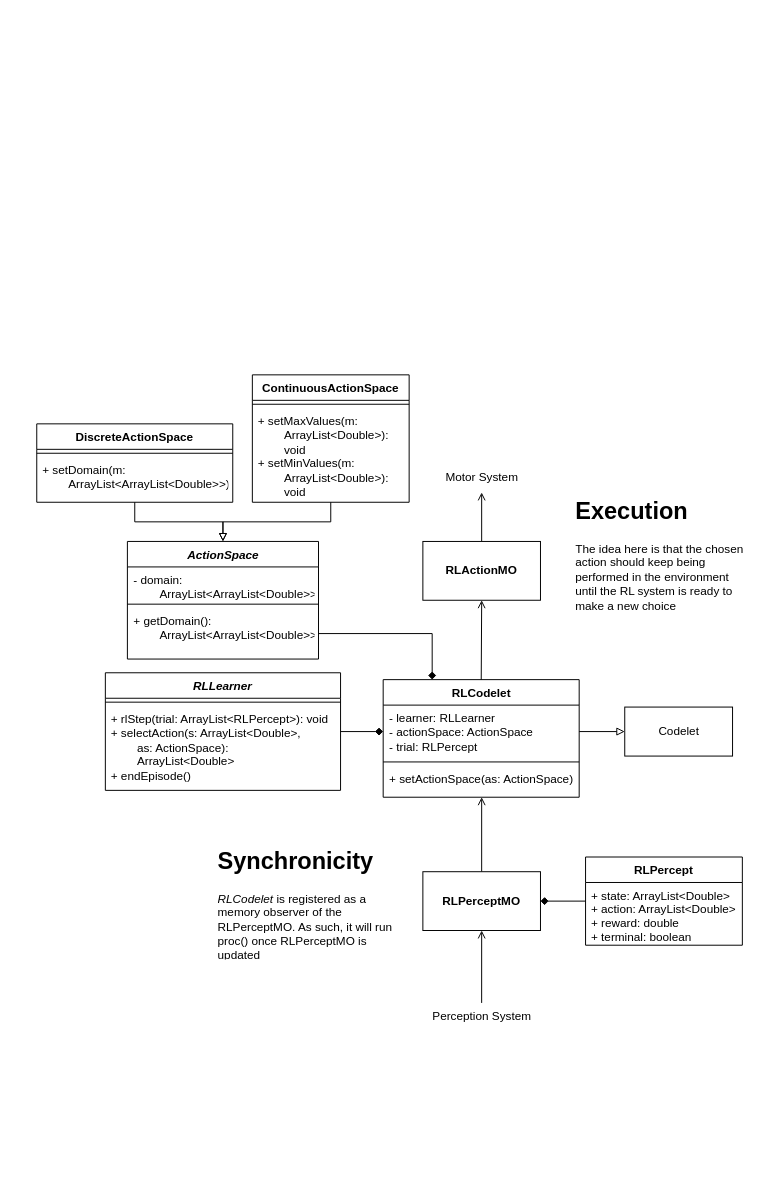
H-IAAC/CST-RL keeps this draw.io diagram as Architecture/CST-RL.drawio. Above is the earlier version. Source tidied: cells renumbered, new cells numbered last; positions are measured from the earlier drawing's top-left corner, leaving out a move shared by most shapes. Both pictures are drawn from the tidied source at 98%, with x=0, y=0 at pixel (36, 374).
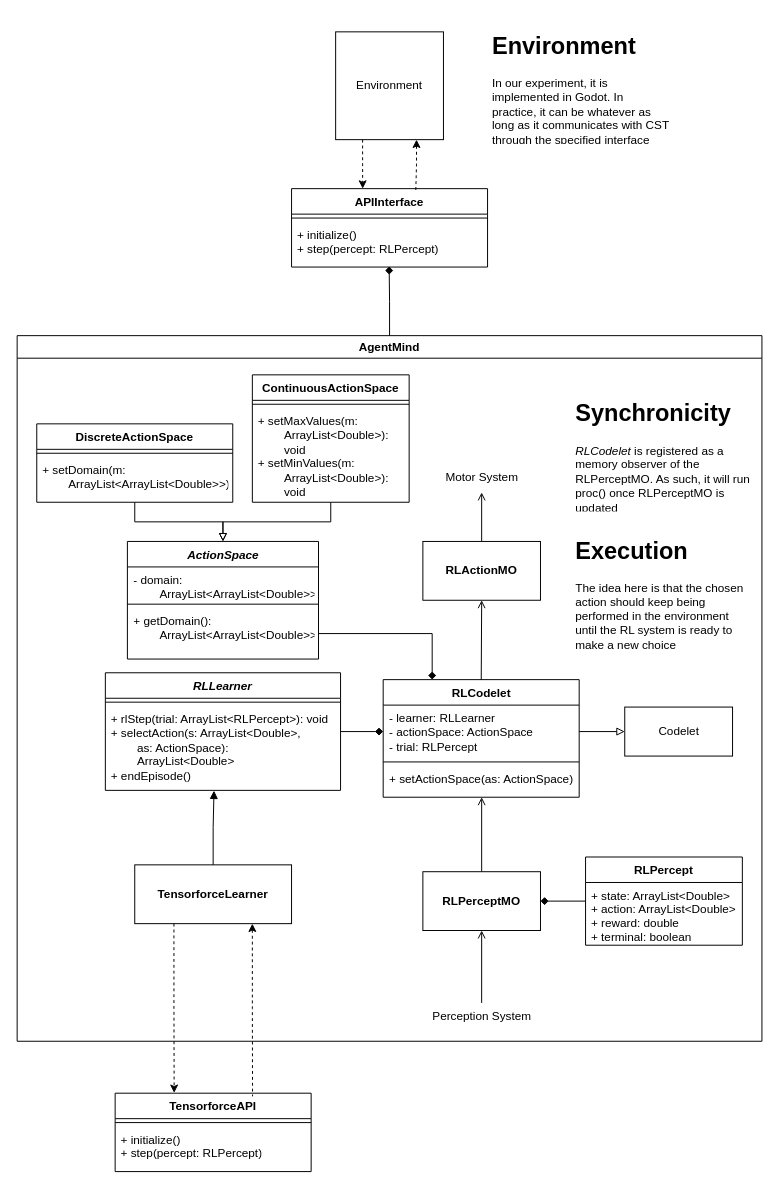
The same diagram, later.

The change refers to these unchanged cells:
```xml
<mxCell id="20" value="+ rlStep(trial: ArrayList&amp;lt;RLPercept&amp;gt;): void&lt;br&gt;+ selectAction(s: ArrayList&amp;lt;Double&amp;gt;, &lt;br&gt;&lt;span style=&quot;white-space: pre;&quot;&gt;&#9;&lt;/span&gt;as: ActionSpace): &lt;span style=&quot;white-space: pre;&quot;&gt;&#9;&lt;/span&gt;ArrayList&amp;lt;Double&amp;gt;&lt;br&gt;+ endEpisode()" style="text;strokeColor=none;fillColor=none;align=left;verticalAlign=top;spacingLeft=4;spacingRight=4;overflow=hidden;points=[[0,0.5],[1,0.5]];portConstraint=eastwest;whiteSpace=wrap;html=1;" parent="18" vertex="1">
  <mxGeometry y="34" width="240" height="86" as="geometry" />
</mxCell>
```

What changed in the source:
```diff
@@
-    <mxCell id="13" value="&lt;h1&gt;Synchronicity&lt;/h1&gt;&lt;div&gt;&lt;i&gt;RLCodelet &lt;/i&gt;is registered as a memory observer of the RLPerceptMO. As such, it will run proc() once RLPerceptMO is updated&lt;/div&gt;" style="text;html=1;strokeColor=none;fillColor=none;spacing=5;spacingTop=-20;whiteSpace=wrap;overflow=hidden;rounded=0;" parent="1" vertex="1">
-      <mxGeometry x="180" y="477" width="190" height="120" as="geometry" />
-    </mxCell>
-    <mxCell id="14" value="&lt;h1&gt;Execution&lt;br&gt;&lt;/h1&gt;&lt;p&gt;The idea here is that the chosen action should keep being performed in the environment until the RL system is ready to make a new choice&lt;br&gt;&lt;/p&gt;" style="text;html=1;strokeColor=none;fillColor=none;spacing=5;spacingTop=-20;whiteSpace=wrap;overflow=hidden;rounded=0;" parent="1" vertex="1">
-      <mxGeometry x="545" y="120" width="190" height="130" as="geometry" />
-    </mxCell>
@@
+    <mxCell id="38" value="AgentMind" style="swimlane;whiteSpace=wrap;html=1;" parent="1" vertex="1">
+      <mxGeometry x="-20" y="-40" width="760" height="720" as="geometry" />
+    </mxCell>
+    <mxCell id="13" value="&lt;h1&gt;Synchronicity&lt;/h1&gt;&lt;div&gt;&lt;i&gt;RLCodelet &lt;/i&gt;is registered as a memory observer of the RLPerceptMO. As such, it will run proc() once RLPerceptMO is updated&lt;/div&gt;" style="text;html=1;strokeColor=none;fillColor=none;spacing=5;spacingTop=-20;whiteSpace=wrap;overflow=hidden;rounded=0;" parent="38" vertex="1">
+      <mxGeometry x="565" y="60" width="190" height="120" as="geometry" />
+    </mxCell>
+    <mxCell id="14" value="&lt;h1&gt;Execution&lt;br&gt;&lt;/h1&gt;&lt;p&gt;The idea here is that the chosen action should keep being performed in the environment until the RL system is ready to make a new choice&lt;br&gt;&lt;/p&gt;" style="text;html=1;strokeColor=none;fillColor=none;spacing=5;spacingTop=-20;whiteSpace=wrap;overflow=hidden;rounded=0;" parent="38" vertex="1">
+      <mxGeometry x="565" y="200" width="190" height="130" as="geometry" />
+    </mxCell>
+    <mxCell id="39" value="&lt;b&gt;TensorforceLearner&lt;br&gt;&lt;/b&gt;" style="rounded=0;whiteSpace=wrap;html=1;" parent="38" vertex="1">
+      <mxGeometry x="120" y="540" width="160" height="60" as="geometry" />
+    </mxCell>
+    <mxCell id="40" value="TensorforceAPI" style="swimlane;fontStyle=1;align=center;verticalAlign=top;horizontal=1;startSize=26;whiteSpace=wrap;html=1;" parent="38" vertex="1">
+      <mxGeometry x="100" y="773" width="200" height="80" as="geometry" />
+    </mxCell>
+    <mxCell id="41" style="line;strokeWidth=1;fillColor=none;align=left;verticalAlign=middle;spacingTop=-1;spacingLeft=3;spacingRight=3;labelPosition=right;strokeColor=inherit;" parent="40" vertex="1">
+      <mxGeometry y="26" width="200" height="8" as="geometry" />
+    </mxCell>
+    <mxCell id="42" value="+ initialize()&lt;br&gt;+ step(percept: RLPercept)" style="text;strokeColor=none;fillColor=none;align=left;verticalAlign=top;spacingLeft=4;spacingRight=4;overflow=hidden;whiteSpace=wrap;html=1;" parent="40" vertex="1">
+      <mxGeometry y="34" width="200" height="46" as="geometry" />
+    </mxCell>
+    <mxCell id="43" style="edgeStyle=orthogonalEdgeStyle;rounded=0;jettySize=auto;html=1;exitX=0.25;exitY=1;exitDx=0;exitDy=0;entryX=0.301;entryY=-0.004;entryDx=0;entryDy=0;entryPerimeter=0;dashed=1;" parent="38" edge="1" source="39" target="40">
+      <mxGeometry relative="1" as="geometry" />
+    </mxCell>
+    <mxCell id="44" style="edgeStyle=orthogonalEdgeStyle;rounded=0;jettySize=auto;html=1;exitX=0.75;exitY=1;exitDx=0;exitDy=0;entryX=0.701;entryY=0.04;entryDx=0;entryDy=0;entryPerimeter=0;endArrow=none;endFill=0;startArrow=classic;startFill=1;dashed=1;" parent="38" edge="1" source="39" target="40">
+      <mxGeometry relative="1" as="geometry" />
+    </mxCell>
+    <mxCell id="45" value="APIInterface&lt;br&gt;" style="swimlane;fontStyle=1;align=center;verticalAlign=top;horizontal=1;startSize=26;whiteSpace=wrap;html=1;" parent="1" vertex="1">
+      <mxGeometry x="260" y="-190" width="200" height="80" as="geometry" />
+    </mxCell>
+    <mxCell id="46" style="line;strokeWidth=1;fillColor=none;align=left;verticalAlign=middle;spacingTop=-1;spacingLeft=3;spacingRight=3;labelPosition=right;strokeColor=inherit;" parent="45" vertex="1">
+      <mxGeometry y="26" width="200" height="8" as="geometry" />
+    </mxCell>
+    <mxCell id="47" value="+ initialize()&lt;br&gt;+ step(percept: RLPercept)" style="text;strokeColor=none;fillColor=none;align=left;verticalAlign=top;spacingLeft=4;spacingRight=4;overflow=hidden;points=[[0,0.5],[1,0.5]];portConstraint=eastwest;whiteSpace=wrap;html=1;" parent="45" vertex="1">
+      <mxGeometry y="34" width="200" height="46" as="geometry" />
+    </mxCell>
+    <mxCell id="48" style="edgeStyle=orthogonalEdgeStyle;rounded=0;jettySize=auto;html=1;entryX=0.498;entryY=0.986;entryDx=0;entryDy=0;entryPerimeter=0;endArrow=diamond;endFill=1;" parent="1" edge="1" source="38" target="47">
+      <mxGeometry relative="1" as="geometry" />
+    </mxCell>
+    <mxCell id="49" value="Environment" style="whiteSpace=wrap;html=1;" parent="1" vertex="1">
+      <mxGeometry x="305" y="-350" width="110" height="110" as="geometry" />
+    </mxCell>
+    <mxCell id="50" style="edgeStyle=orthogonalEdgeStyle;rounded=0;jettySize=auto;html=1;exitX=0.25;exitY=1;exitDx=0;exitDy=0;entryX=0.363;entryY=0;entryDx=0;entryDy=0;entryPerimeter=0;startArrow=none;startFill=0;endArrow=classic;endFill=1;dashed=1;" parent="1" edge="1" source="49" target="45">
+      <mxGeometry relative="1" as="geometry" />
+    </mxCell>
+    <mxCell id="51" style="edgeStyle=orthogonalEdgeStyle;rounded=0;jettySize=auto;html=1;exitX=0.75;exitY=1;exitDx=0;exitDy=0;entryX=0.634;entryY=0.02;entryDx=0;entryDy=0;entryPerimeter=0;startArrow=classic;startFill=1;endArrow=none;endFill=0;dashed=1;" parent="1" edge="1" source="49" target="45">
+      <mxGeometry relative="1" as="geometry" />
+    </mxCell>
+    <mxCell id="52" style="edgeStyle=orthogonalEdgeStyle;rounded=0;jettySize=auto;html=1;entryX=0.462;entryY=1.003;entryDx=0;entryDy=0;entryPerimeter=0;endArrow=block;endFill=1;" parent="1" edge="1" source="39" target="20">
+      <mxGeometry relative="1" as="geometry" />
+    </mxCell>
+    <mxCell id="53" value="&lt;h1&gt;Environment&lt;/h1&gt;&lt;div&gt;In our experiment, it is implemented in Godot. In practice, it can be whatever as long as it communicates with CST through the specified interface&lt;/div&gt;" style="text;html=1;strokeColor=none;fillColor=none;spacing=5;spacingTop=-20;whiteSpace=wrap;overflow=hidden;rounded=0;" parent="1" vertex="1">
+      <mxGeometry x="460" y="-355" width="190" height="120" as="geometry" />
+    </mxCell>
```
